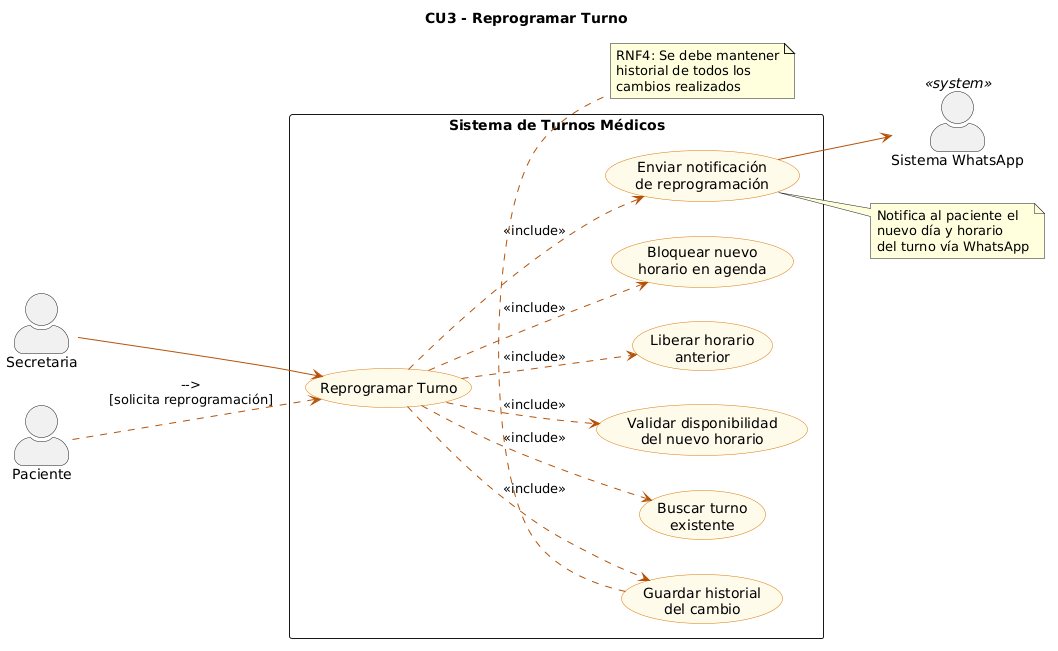
Before: diagramas/02-casos-de-uso/02-caso-uso-reprogramar-turno-03.png, a diagram exported from PlantUML (angelgc9107-lgtm/SistemaTurnosMedicos_GP6).
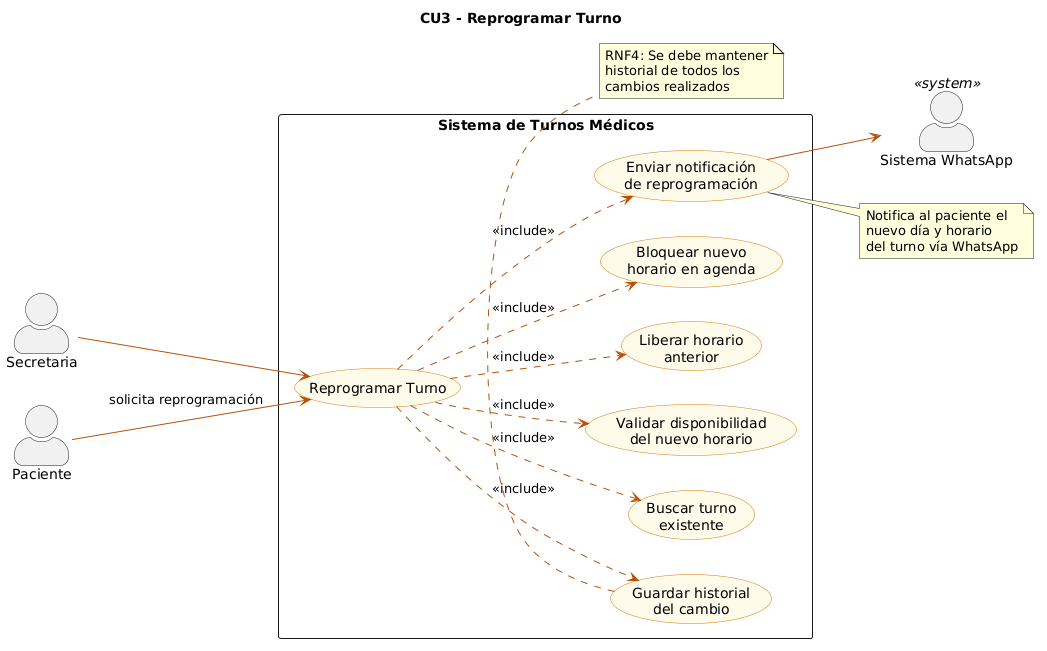
Later version of the same file.

Commit message:
Corrección en los link de indice de diagramas & diagramas de casos de uso jpg

Change to the diagram source:
```diff
@@ -34,7 +34,7 @@
 
 }
 
-PAC ..> CU3     : -->\n[solicita reprogramación]
+PAC --> CU3 : solicita reprogramación
 SEC --> CU3
 CU3_6 --> WA
 
```
